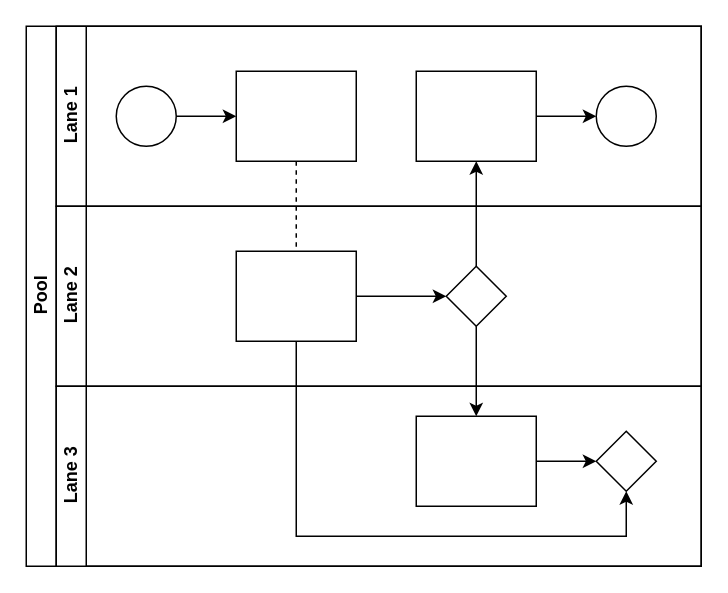
mckeebase/genoceanic keeps this draw.io diagram as Untitled Diagram.drawio. Above is the earlier version. Source tidied: cells renumbered, new cells numbered last; positions are measured from the earlier drawing's top-left corner, leaving out a move shared by most shapes. Both pictures are drawn from the tidied source at 150%, with x=0, y=0 at pixel (26, 26).
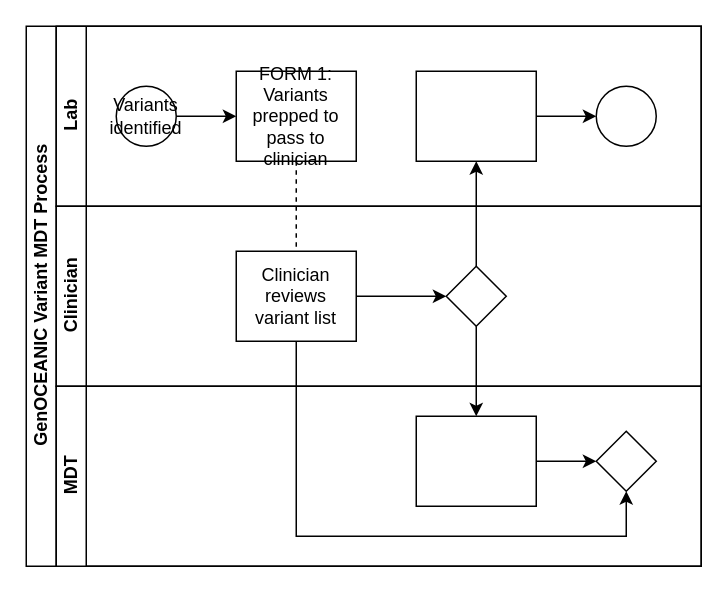
After the change.

What changed in the source:
```diff
@@
-    <mxCell id="2" value="Pool" style="swimlane;html=1;horizontal=0;startSize=20;" parent="1" vertex="1">
+    <mxCell id="2" value="GenOCEANIC Variant MDT Process" style="swimlane;html=1;horizontal=0;startSize=20;" parent="1" vertex="1">
       <mxGeometry width="450" height="360" as="geometry" />
     </mxCell>
@@
-    <mxCell id="7" value="Lane 1" style="swimlane;html=1;startSize=20;horizontal=0;" parent="2" vertex="1">
+    <mxCell id="7" value="Lab" style="swimlane;html=1;startSize=20;horizontal=0;" parent="2" vertex="1">
       <mxGeometry x="20" width="430" height="120" as="geometry" />
     </mxCell>
@@
-    <mxCell id="9" style="ellipse;whiteSpace=wrap;html=1;" parent="7" vertex="1">
+    <mxCell id="9" value="Variants identified" style="ellipse;whiteSpace=wrap;html=1;" parent="7" vertex="1">
       <mxGeometry x="40" y="40" width="40" height="40" as="geometry" />
     </mxCell>
-    <mxCell id="10" style="rounded=0;whiteSpace=wrap;html=1;fontFamily=Helvetica;fontSize=12;fontColor=#000000;align=center;" parent="7" vertex="1">
+    <mxCell id="10" value="FORM 1: Variants prepped to pass to clinician" style="rounded=0;whiteSpace=wrap;html=1;fontFamily=Helvetica;fontSize=12;fontColor=#000000;align=center;" parent="7" vertex="1">
       <mxGeometry x="120" y="30" width="80" height="60" as="geometry" />
     </mxCell>
@@
-    <mxCell id="14" value="Lane 2" style="swimlane;html=1;startSize=20;horizontal=0;" parent="2" vertex="1">
+    <mxCell id="14" value="Clinician" style="swimlane;html=1;startSize=20;horizontal=0;" parent="2" vertex="1">
       <mxGeometry x="20" y="120" width="430" height="120" as="geometry" />
     </mxCell>
@@
-    <mxCell id="16" style="rounded=0;whiteSpace=wrap;html=1;fontFamily=Helvetica;fontSize=12;fontColor=#000000;align=center;" parent="14" vertex="1">
+    <mxCell id="16" value="Clinician reviews variant list" style="rounded=0;whiteSpace=wrap;html=1;fontFamily=Helvetica;fontSize=12;fontColor=#000000;align=center;" parent="14" vertex="1">
       <mxGeometry x="120" y="30" width="80" height="60" as="geometry" />
     </mxCell>
@@
-    <mxCell id="18" value="Lane 3" style="swimlane;html=1;startSize=20;horizontal=0;" parent="2" vertex="1">
+    <mxCell id="18" value="MDT" style="swimlane;html=1;startSize=20;horizontal=0;" parent="2" vertex="1">
       <mxGeometry x="20" y="240" width="430" height="120" as="geometry" />
     </mxCell>
```
